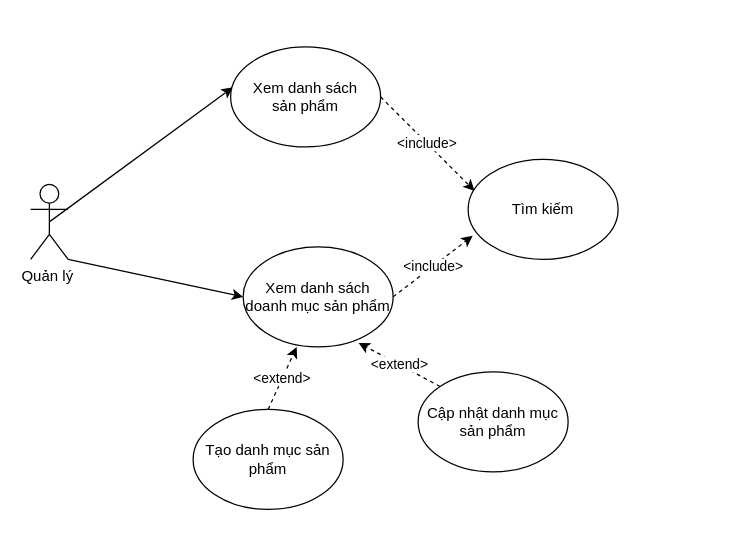
AlexTien202/congnghephanmem keeps this draw.io diagram as USECASE/Usecase QL Sản Phẩm.drawio. Above is the earlier version. Source tidied: cells renumbered, new cells numbered last; positions are measured from the earlier drawing's top-left corner, leaving out a move shared by most shapes. Both pictures are drawn from the tidied source at 125%, with x=0, y=0 at pixel (30, 46).
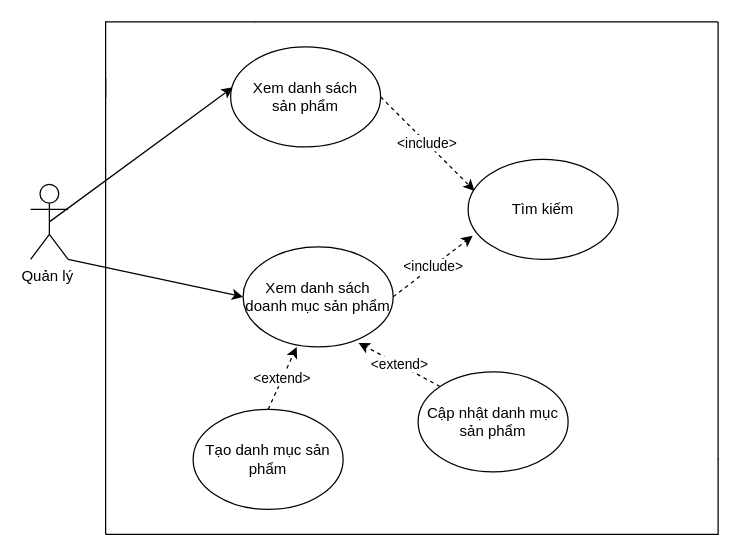
After the change.

What changed in the source:
```diff
@@
+    <mxCell id="14" style="edgeStyle=none;rounded=0;jettySize=auto;html=1;exitX=0;exitY=0.75;exitDx=0;exitDy=0;endArrow=none;endFill=0;" parent="1" edge="1" source="16">
+      <mxGeometry relative="1" as="geometry">
+        <mxPoint x="60" y="390" as="targetPoint" />
+      </mxGeometry>
+    </mxCell>
+    <mxCell id="15" style="edgeStyle=none;rounded=0;jettySize=auto;html=1;exitX=1;exitY=0;exitDx=0;exitDy=0;endArrow=none;endFill=0;" parent="1" edge="1" source="16">
+      <mxGeometry relative="1" as="geometry">
+        <mxPoint x="550" y="-20" as="targetPoint" />
+      </mxGeometry>
+    </mxCell>
+    <mxCell id="16" style="shape=partialRectangle;whiteSpace=wrap;html=1;bottom=0;right=0;fillColor=none;" parent="1" vertex="1">
+      <mxGeometry x="60" y="-20" width="120" height="60" as="geometry" />
+    </mxCell>
+    <mxCell id="17" style="edgeStyle=none;rounded=0;jettySize=auto;html=1;exitX=0;exitY=1;exitDx=0;exitDy=0;endArrow=none;endFill=0;" parent="1" edge="1" source="19">
+      <mxGeometry relative="1" as="geometry">
+        <mxPoint x="60" y="390" as="targetPoint" />
+      </mxGeometry>
+    </mxCell>
+    <mxCell id="18" style="edgeStyle=none;rounded=0;jettySize=auto;html=1;exitX=1;exitY=0;exitDx=0;exitDy=0;endArrow=none;endFill=0;" parent="1" edge="1" source="19">
+      <mxGeometry relative="1" as="geometry">
+        <mxPoint x="550" y="-20" as="targetPoint" />
+      </mxGeometry>
+    </mxCell>
+    <mxCell id="19" style="shape=partialRectangle;whiteSpace=wrap;html=1;top=0;left=0;fillColor=none;" parent="1" vertex="1">
+      <mxGeometry x="430" y="330" width="120" height="60" as="geometry" />
+    </mxCell>
```
